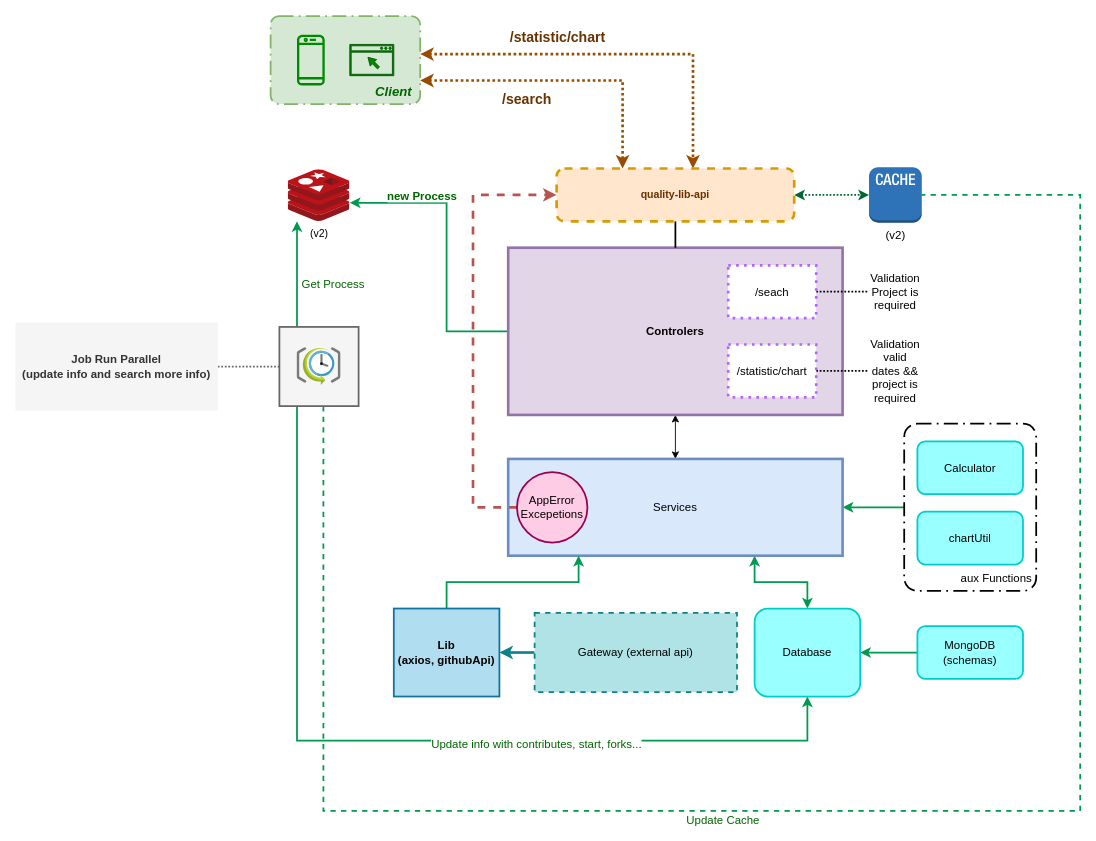
Above: diagram/Arquitetura.drawio in Jm-Correia/quality-lib-api (draw.io), before the change. Source tidied: cells renumbered, new cells numbered last; positions are measured from the earlier drawing's top-left corner, leaving out a move shared by most shapes. Both pictures are drawn from the tidied source at 88%, with x=0, y=0 at pixel (15, 16).
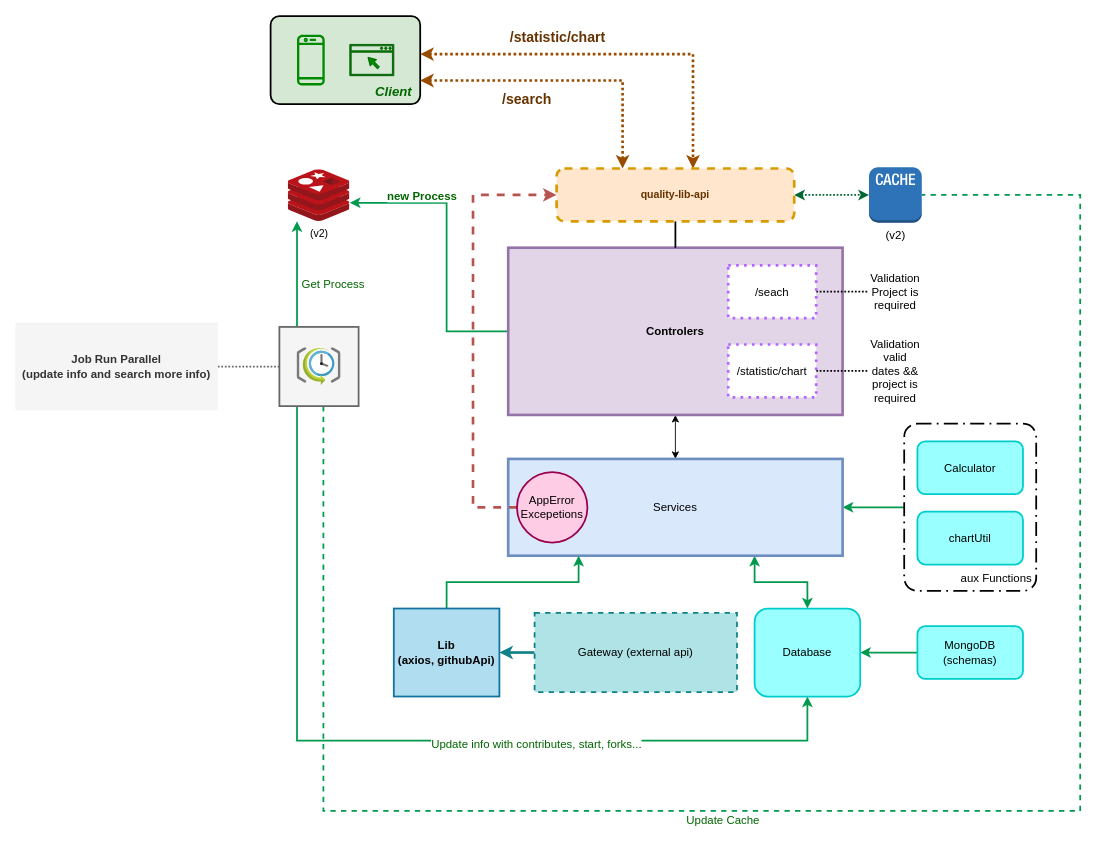
Above is the later version.

Commit message (it also covers changes not shown here):
changes background color client.

The edit, as a diff of the source:
```diff
@@
-    <mxCell id="2" style="points=[[0.25,0,0],[0.5,0,0],[0.75,0,0],[1,0.25,0],[1,0.5,0],[1,0.75,0],[0.75,1,0],[0.5,1,0],[0.25,1,0],[0,0.75,0],[0,0.5,0],[0,0.25,0]];rounded=1;arcSize=10;dashed=1;strokeColor=#82b366;fillColor=#d5e8d4;dashPattern=8 3 1 3;strokeWidth=2;" parent="1" vertex="1">
+    <mxCell id="2" style="points=[[0.25,0,0],[0.5,0,0],[0.75,0,0],[1,0.25,0],[1,0.5,0],[1,0.75,0],[0.75,1,0],[0.5,1,0],[0.25,1,0],[0,0.75,0],[0,0.5,0],[0,0.25,0]];rounded=1;arcSize=10;strokeColor=#000000;fillColor=#d5e8d4;strokeWidth=2;" parent="1" vertex="1">
       <mxGeometry x="290" y="-0.2" width="170" height="100" as="geometry" />
     </mxCell>
```
